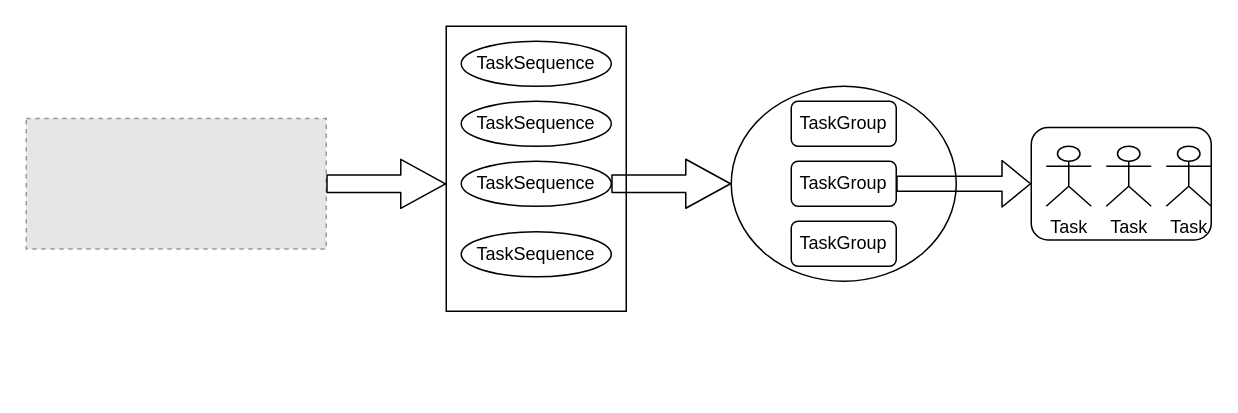
Above: human_node.drawio in guimingyue/drawio (draw.io), before the change. Source tidied: cells renumbered, new cells numbered last; positions are measured from the earlier drawing's top-left corner, leaving out a move shared by most shapes. Both pictures are drawn from the tidied source at 150%, with x=0, y=0 at pixel (26, 26). Pictures stored in the file or linked from it are replaced by grey dashed boxes.
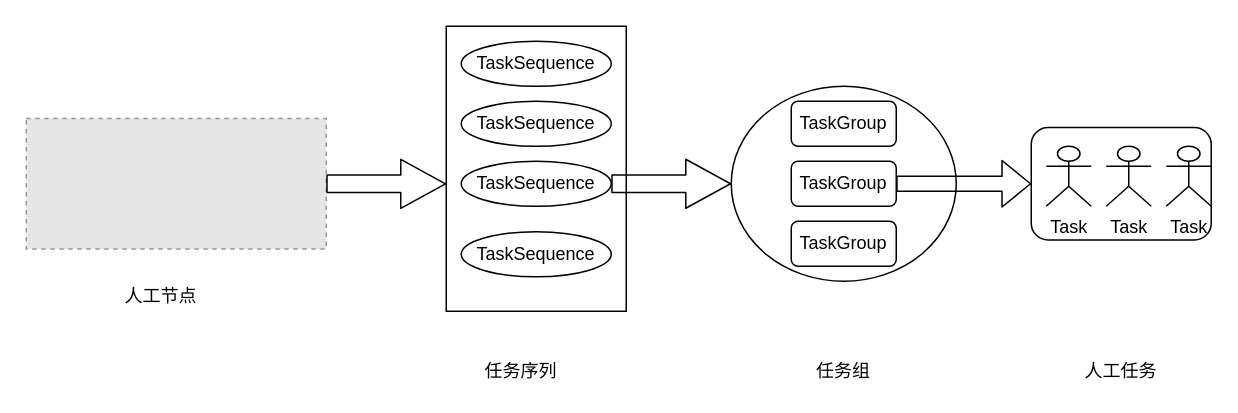
After the change.

What changed in the source:
```diff
@@
+    <mxCell id="19" value="人工节点" style="text;html=1;strokeColor=none;fillColor=none;align=center;verticalAlign=middle;whiteSpace=wrap;rounded=0;" parent="1" vertex="1">
+      <mxGeometry x="60" y="170" width="60" height="20" as="geometry" />
+    </mxCell>
+    <mxCell id="20" value="任务序列" style="text;html=1;strokeColor=none;fillColor=none;align=center;verticalAlign=middle;whiteSpace=wrap;rounded=0;" parent="1" vertex="1">
+      <mxGeometry x="300" y="220" width="60" height="20" as="geometry" />
+    </mxCell>
+    <mxCell id="21" value="任务组" style="text;html=1;strokeColor=none;fillColor=none;align=center;verticalAlign=middle;whiteSpace=wrap;rounded=0;" parent="1" vertex="1">
+      <mxGeometry x="515" y="220" width="60" height="20" as="geometry" />
+    </mxCell>
+    <mxCell id="22" value="人工任务" style="text;html=1;strokeColor=none;fillColor=none;align=center;verticalAlign=middle;whiteSpace=wrap;rounded=0;" parent="1" vertex="1">
+      <mxGeometry x="700" y="220" width="60" height="20" as="geometry" />
+    </mxCell>
```
